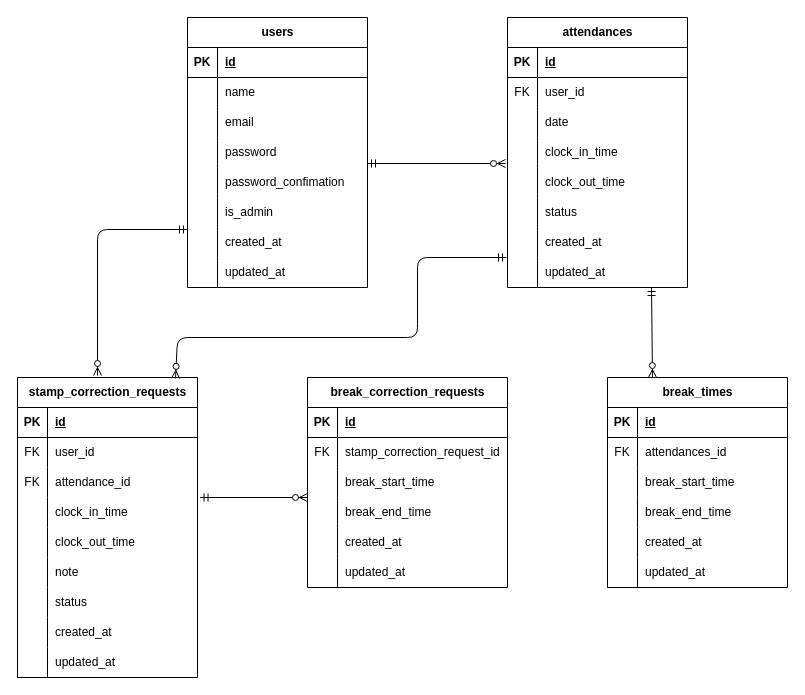
This is diagram.drawio from butterfly-39/attendance_management_system_20250403, a draw.io file, before an edit. Source tidied: cells renumbered, new cells numbered last; positions are measured from the earlier drawing's top-left corner, leaving out a move shared by most shapes. Both pictures are drawn from the tidied source at 100%, with x=0, y=0 at pixel (17, 17).
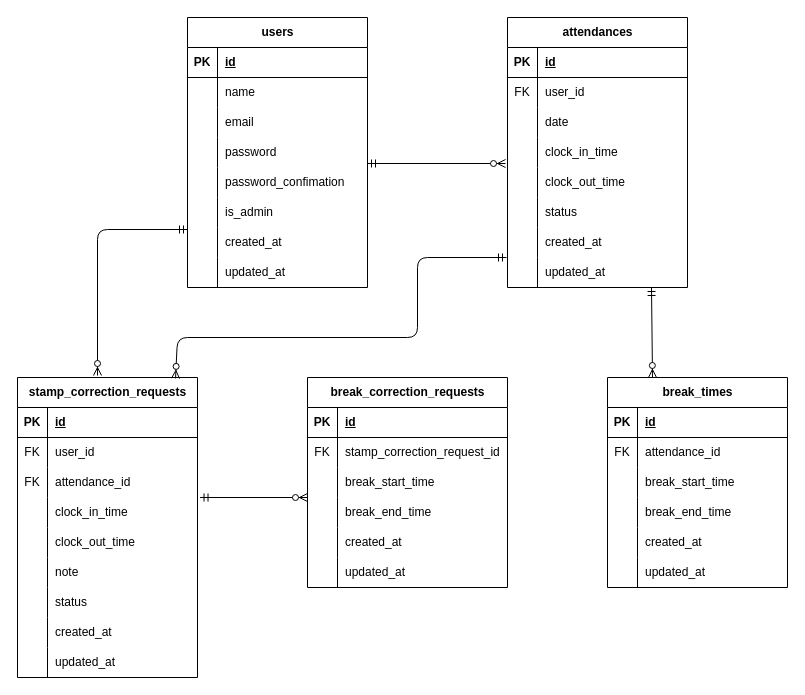
The same page after the edit.

Unchanged cells that the change refers to:
```xml
<mxCell id="84" style="shape=tableRow;horizontal=0;startSize=0;swimlaneHead=0;swimlaneBody=0;fillColor=none;top=0;left=0;right=0;bottom=0;" parent="80" vertex="1">
  <mxGeometry y="60" width="180" height="30" as="geometry" />
</mxCell>
```

What changed in the source:
```diff
@@
-    <mxCell id="86" value="attendances_id" style="shape=partialRectangle;fillColor=none;top=0;left=0;bottom=0;right=0;align=left;spacingLeft=6;overflow=hidden;whiteSpace=wrap;html=1;" parent="84" vertex="1">
+    <mxCell id="86" value="attendance_id" style="shape=partialRectangle;fillColor=none;top=0;left=0;bottom=0;right=0;align=left;spacingLeft=6;overflow=hidden;whiteSpace=wrap;html=1;" parent="84" vertex="1">
       <mxGeometry x="30" width="150" height="30" as="geometry" />
     </mxCell>
```
